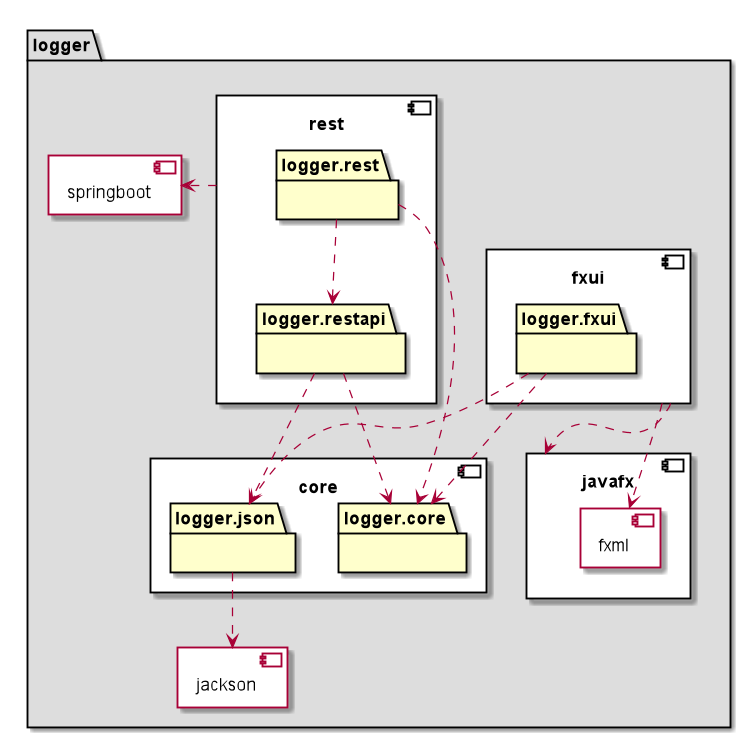
Earlier version of the PlantUML export logger/diagrams/package_diagram.png (Xtrah/IT1901).
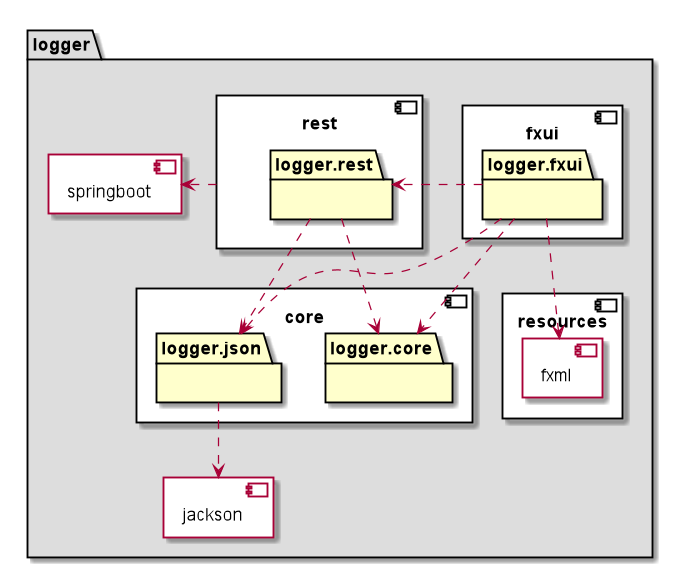
After the commit.

Commit message:
docs: update package diagram and despription #69

The edit, as a diff of the source:
```diff
@@ -4,29 +4,24 @@
     component core #00000 {
         package logger.core #FFFFCC{
 
-            }
-            package logger.json #FFFFCC{
-
-            }
         }
-
-    component fxui #00000 {
-        package logger.fxui #FFFFCC{
+        package logger.json #FFFFCC{
 
         }
     }
 
-    component javafx #00000 {
+    component fxui #00000 {
+        package logger.fxui #FFFFCC{
+        }
+    }
+
+    component resources #00000 {
         component fxml {
 
         }
     }
-
     component rest #00000 {
         package logger.rest #FFFFCC {
-
-        }
-        package logger.restapi #FFFFCC {
 
         }
     }
@@ -41,8 +36,7 @@
 
 }
 
-fxui ..> javafx
-fxui ..> fxml
+logger.fxui ..> fxml
 
 logger.fxui ..> logger.json
 logger.fxui ..> logger.core
@@ -51,11 +45,10 @@
 
 logger.json ..> jackson
 
-logger.restapi ..> logger.core
-logger.restapi ..> logger.json
+logger.rest ..> logger.json
 
-
-logger.rest ..> logger.restapi
 logger.rest ..> logger.core
 
+logger.fxui .> logger.rest
+
 @enduml
```
